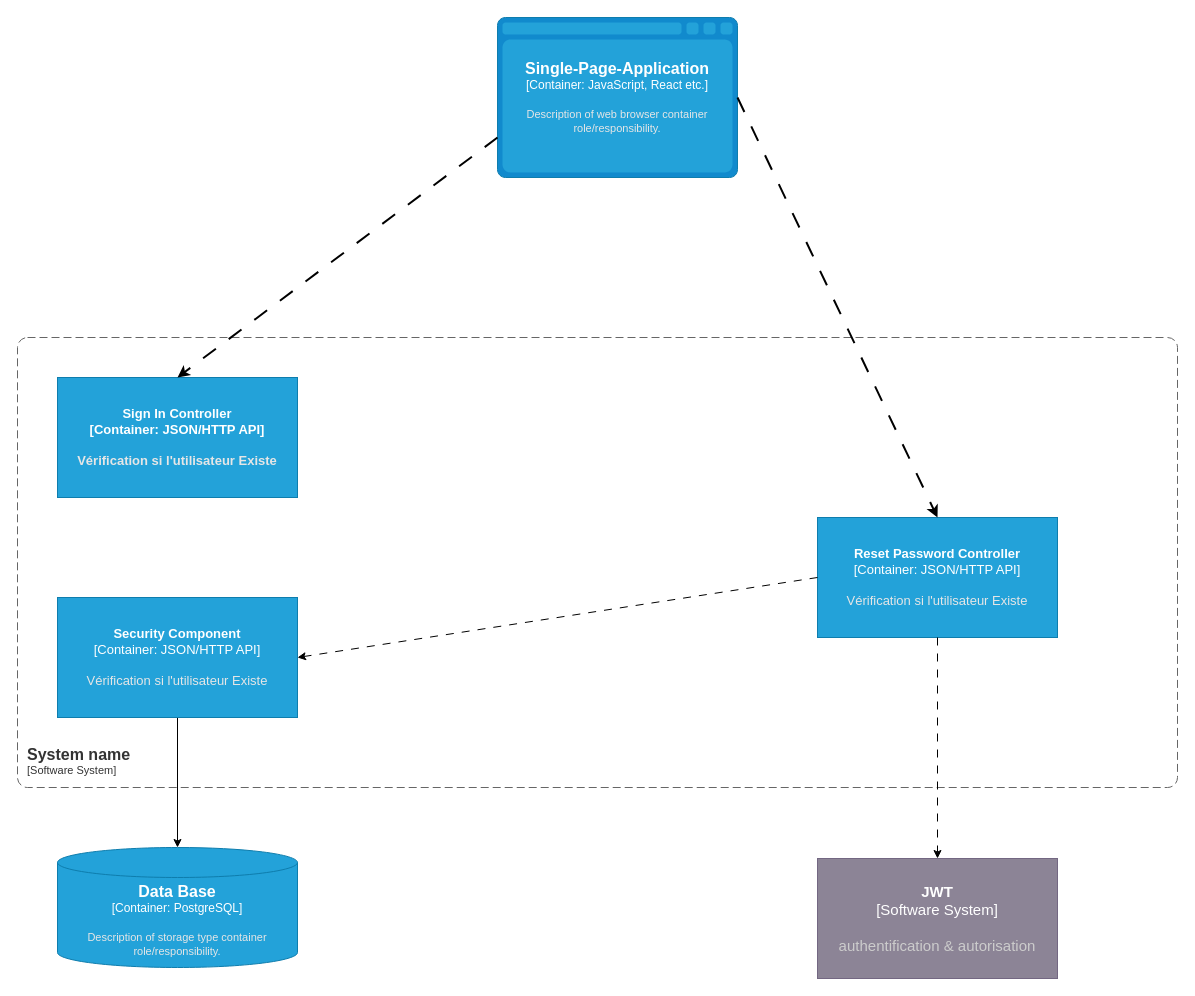
Earlier version of the draw.io diagram page "composant" (3 of 4) of Diagramme sans nom.drawio (SALVA243/AP-TWITTER). Source tidied: cells renumbered, new cells numbered last; positions are measured from the earlier drawing's top-left corner, leaving out a move shared by most shapes. Both pictures are drawn from the tidied source at 100%, with x=0, y=0 at pixel (17, 17).
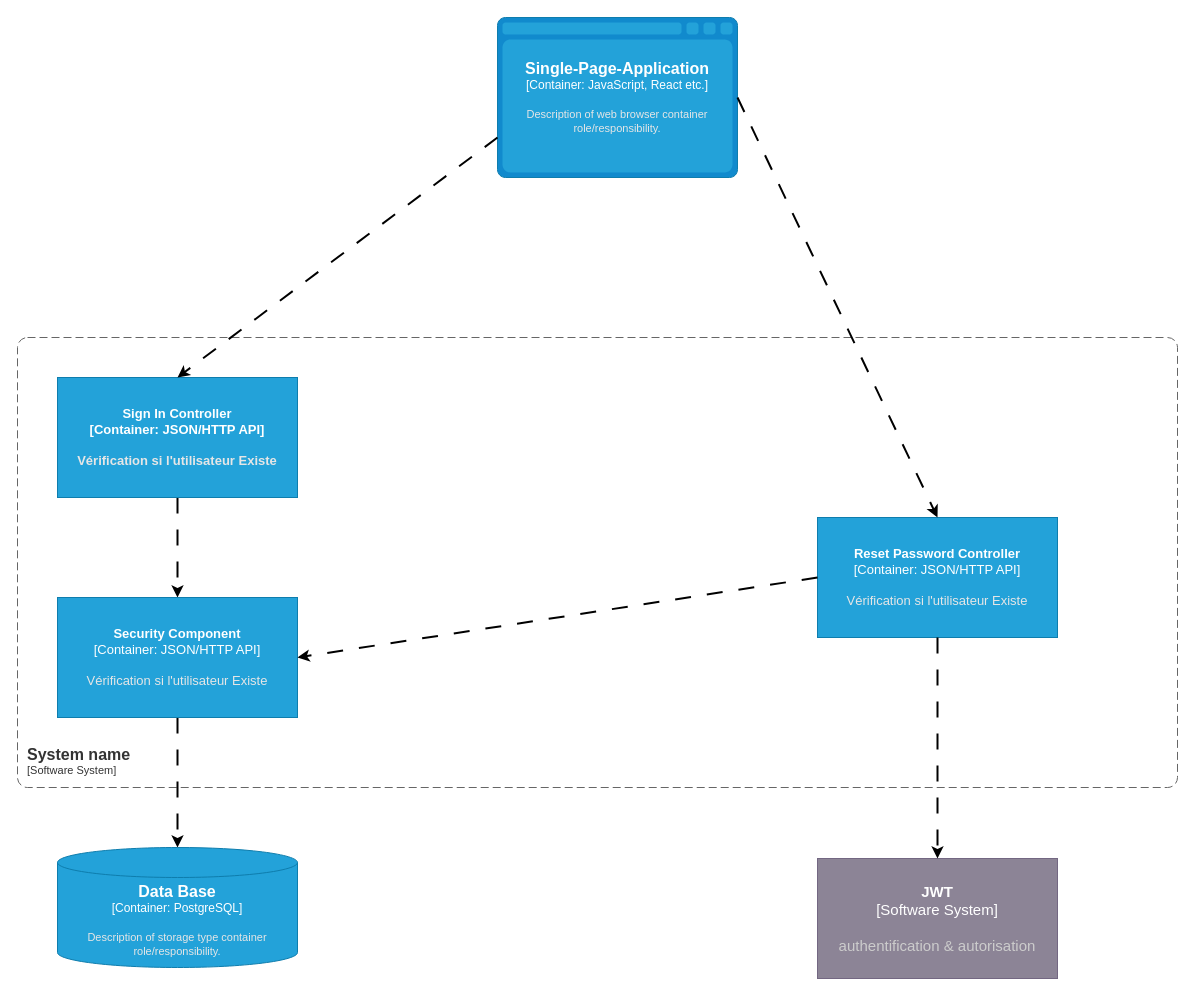
The same page after the edit.

Diff of the diagram source:
```diff
@@
 <mxGraphModel>
   <root>
     <mxCell id="0" />
     <mxCell id="1" parent="0" />
     <object id="2" label="&lt;font style=&quot;font-size: 15px;&quot;&gt;&lt;b style=&quot;font-size: 15px;&quot;&gt;%c4Name%&lt;/b&gt;&lt;/font&gt;&lt;div style=&quot;font-size: 15px;&quot;&gt;[%c4Type%]&lt;/div&gt;&lt;br style=&quot;font-size: 15px;&quot;&gt;&lt;div style=&quot;font-size: 15px;&quot;&gt;&lt;font style=&quot;font-size: 15px;&quot;&gt;&lt;font color=&quot;#cccccc&quot; style=&quot;font-size: 15px;&quot;&gt;%c4Description%&lt;/font&gt;&lt;/font&gt;&lt;/div&gt;" c4Description="authentification &amp; autorisation" c4Name="JWT" c4Type="Software System" placeholders="1">
       <mxCell style="rounded=1;whiteSpace=wrap;html=1;labelBackgroundColor=none;fillColor=#8C8496;fontColor=#ffffff;align=center;arcSize=0;strokeColor=#736782;points=[[0.25,0,0],[0.5,0,0],[0.75,0,0],[1,0.25,0],[1,0.5,0],[1,0.75,0],[0.75,1,0],[0.5,1,0],[0.25,1,0],[0,0.75,0],[0,0.5,0],[0,0.25,0]];fontSize=15;" parent="1" vertex="1">
         <mxGeometry x="800" y="841" width="240" height="120" as="geometry" />
       </mxCell>
     </object>
     <object id="3" label="&lt;font style=&quot;font-size: 16px&quot;&gt;&lt;b&gt;&lt;div style=&quot;text-align: left&quot;&gt;%c4Name%&lt;/div&gt;&lt;/b&gt;&lt;/font&gt;&lt;div style=&quot;text-align: left&quot;&gt;[%c4Application%]&lt;/div&gt;" c4Application="Software System" c4Name="System name" placeholders="1">
       <mxCell style="rounded=1;fontSize=11;whiteSpace=wrap;html=1;dashed=1;arcSize=20;fillColor=none;strokeColor=#666666;fontColor=#333333;labelBackgroundColor=none;align=left;verticalAlign=bottom;labelBorderColor=none;spacingTop=0;spacing=10;dashPattern=8 4;perimeter=rectanglePerimeter;noLabel=0;labelPadding=0;absoluteArcSize=1;" parent="1" vertex="1">
         <mxGeometry y="320" width="1160" height="450" as="geometry" />
       </mxCell>
     </object>
+    <mxCell id="14" style="edgeStyle=orthogonalEdgeStyle;rounded=0;jettySize=auto;html=1;exitX=0.5;exitY=1;exitDx=0;exitDy=0;exitPerimeter=0;dashed=1;dashPattern=8 8;strokeWidth=2;" parent="1" edge="1" source="4" target="9">
+      <mxGeometry relative="1" as="geometry" />
+    </mxCell>
     <object id="4" label="&lt;font style=&quot;font-size: 13px;&quot;&gt;&lt;span style=&quot;font-size: 13px;&quot;&gt;%c4Name%&lt;/span&gt;&lt;/font&gt;&lt;div style=&quot;font-size: 13px;&quot;&gt;[%c4Type%: %c4Technology%]&lt;/div&gt;&lt;br style=&quot;font-size: 13px;&quot;&gt;&lt;div style=&quot;font-size: 13px;&quot;&gt;&lt;font style=&quot;font-size: 13px;&quot;&gt;&lt;font color=&quot;#E6E6E6&quot; style=&quot;font-size: 13px;&quot;&gt;%c4Description%&lt;/font&gt;&lt;/font&gt;&lt;/div&gt;" c4Description="Vérification si l'utilisateur Existe" c4Name="Sign In Controller" c4Technology="JSON/HTTP API" c4Type="Container" placeholders="1">
       <mxCell style="rounded=1;whiteSpace=wrap;html=1;fontSize=13;labelBackgroundColor=none;fillColor=#23A2D9;fontColor=#ffffff;align=center;arcSize=0;strokeColor=#0E7DAD;points=[[0.25,0,0],[0.5,0,0],[0.75,0,0],[1,0.25,0],[1,0.5,0],[1,0.75,0],[0.75,1,0],[0.5,1,0],[0.25,1,0],[0,0.75,0],[0,0.5,0],[0,0.25,0]];fontStyle=1;" parent="1" vertex="1">
         <mxGeometry x="40" y="360" width="240" height="120" as="geometry" />
       </mxCell>
     </object>
     <object id="5" label="&lt;font style=&quot;font-size: 16px&quot;&gt;&lt;b&gt;%c4Type%&lt;/b&gt;&lt;/font&gt;&lt;div&gt;[%c4Container%:&amp;nbsp;%c4Technology%]&lt;/div&gt;&lt;br&gt;&lt;div&gt;&lt;font style=&quot;font-size: 11px&quot;&gt;&lt;font color=&quot;#E6E6E6&quot;&gt;%c4Description%&lt;/font&gt;&lt;/div&gt;" c4Container="Container" c4Description="Description of web browser container role/responsibility." c4Technology="JavaScript, React etc." c4Type="Single-Page-Application" placeholders="1">
       <mxCell style="shape=mxgraph.c4.webBrowserContainer2;whiteSpace=wrap;html=1;boundedLbl=1;rounded=0;labelBackgroundColor=none;strokeColor=#118ACD;fillColor=#23A2D9;strokeColor=#118ACD;strokeColor2=#0E7DAD;fontSize=12;fontColor=#ffffff;align=center;points=[[0.5,0,0],[1,0.25,0],[1,0.5,0],[1,0.75,0],[0.5,1,0],[0,0.75,0],[0,0.5,0],[0,0.25,0]];" parent="1" vertex="1">
         <mxGeometry x="480" width="240" height="160" as="geometry" />
       </mxCell>
     </object>
     <object id="6" label="&lt;font style=&quot;font-size: 16px&quot;&gt;&lt;b&gt;%c4Type%&lt;/b&gt;&lt;/font&gt;&lt;div&gt;[%c4Container%:&amp;nbsp;%c4Technology%]&lt;/div&gt;&lt;br&gt;&lt;div&gt;&lt;font style=&quot;font-size: 11px&quot;&gt;&lt;font color=&quot;#E6E6E6&quot;&gt;%c4Description%&lt;/font&gt;&lt;/div&gt;" c4Container="Container" c4Description="Description of storage type container role/responsibility." c4Technology="PostgreSQL" c4Type="Data Base" placeholders="1">
       <mxCell style="shape=cylinder3;size=15;whiteSpace=wrap;html=1;boundedLbl=1;rounded=0;labelBackgroundColor=none;fillColor=#23A2D9;fontSize=12;fontColor=#ffffff;align=center;strokeColor=#0E7DAD;points=[[0.5,0,0],[1,0.25,0],[1,0.5,0],[1,0.75,0],[0.5,1,0],[0,0.75,0],[0,0.5,0],[0,0.25,0]];" parent="1" vertex="1">
         <mxGeometry x="40" y="830" width="240" height="120" as="geometry" />
       </mxCell>
     </object>
     <object id="7" label="&lt;font style=&quot;font-size: 13px;&quot;&gt;&lt;b style=&quot;font-size: 13px;&quot;&gt;%c4Name%&lt;/b&gt;&lt;/font&gt;&lt;div style=&quot;font-size: 13px;&quot;&gt;[%c4Type%: %c4Technology%]&lt;/div&gt;&lt;br style=&quot;font-size: 13px;&quot;&gt;&lt;div style=&quot;font-size: 13px;&quot;&gt;&lt;font style=&quot;font-size: 13px;&quot;&gt;&lt;font color=&quot;#E6E6E6&quot; style=&quot;font-size: 13px;&quot;&gt;%c4Description%&lt;/font&gt;&lt;/font&gt;&lt;/div&gt;" c4Description="Vérification si l'utilisateur Existe" c4Name="Reset Password Controller" c4Technology="JSON/HTTP API" c4Type="Container" placeholders="1">
       <mxCell style="rounded=1;whiteSpace=wrap;html=1;fontSize=13;labelBackgroundColor=none;fillColor=#23A2D9;fontColor=#ffffff;align=center;arcSize=0;strokeColor=#0E7DAD;points=[[0.25,0,0],[0.5,0,0],[0.75,0,0],[1,0.25,0],[1,0.5,0],[1,0.75,0],[0.75,1,0],[0.5,1,0],[0.25,1,0],[0,0.75,0],[0,0.5,0],[0,0.25,0]];" parent="1" vertex="1">
         <mxGeometry x="800" y="500" width="240" height="120" as="geometry" />
       </mxCell>
     </object>
-    <mxCell id="8" style="edgeStyle=orthogonalEdgeStyle;rounded=0;jettySize=auto;html=1;exitX=0.5;exitY=1;exitDx=0;exitDy=0;exitPerimeter=0;entryX=0.5;entryY=0;entryDx=0;entryDy=0;entryPerimeter=0;" parent="1" edge="1" source="9" target="6">
+    <mxCell id="8" style="edgeStyle=orthogonalEdgeStyle;rounded=0;jettySize=auto;html=1;exitX=0.5;exitY=1;exitDx=0;exitDy=0;exitPerimeter=0;entryX=0.5;entryY=0;entryDx=0;entryDy=0;entryPerimeter=0;dashed=1;dashPattern=8 8;strokeWidth=2;" parent="1" edge="1" source="9" target="6">
       <mxGeometry relative="1" as="geometry" />
     </mxCell>
     <object id="9" label="&lt;font style=&quot;font-size: 13px;&quot;&gt;&lt;b style=&quot;font-size: 13px;&quot;&gt;%c4Name%&lt;/b&gt;&lt;/font&gt;&lt;div style=&quot;font-size: 13px;&quot;&gt;[%c4Type%: %c4Technology%]&lt;/div&gt;&lt;br style=&quot;font-size: 13px;&quot;&gt;&lt;div style=&quot;font-size: 13px;&quot;&gt;&lt;font style=&quot;font-size: 13px;&quot;&gt;&lt;font color=&quot;#E6E6E6&quot; style=&quot;font-size: 13px;&quot;&gt;%c4Description%&lt;/font&gt;&lt;/font&gt;&lt;/div&gt;" c4Description="Vérification si l'utilisateur Existe" c4Name="Security Component" c4Technology="JSON/HTTP API" c4Type="Container" placeholders="1">
       <mxCell style="rounded=1;whiteSpace=wrap;html=1;fontSize=13;labelBackgroundColor=none;fillColor=#23A2D9;fontColor=#ffffff;align=center;arcSize=0;strokeColor=#0E7DAD;points=[[0.25,0,0],[0.5,0,0],[0.75,0,0],[1,0.25,0],[1,0.5,0],[1,0.75,0],[0.75,1,0],[0.5,1,0],[0.25,1,0],[0,0.75,0],[0,0.5,0],[0,0.25,0]];" parent="1" vertex="1">
         <mxGeometry x="40" y="580" width="240" height="120" as="geometry" />
       </mxCell>
     </object>
     <mxCell id="10" style="endArrow=classic;html=1;rounded=0;entryX=0.5;entryY=0;entryDx=0;entryDy=0;entryPerimeter=0;exitX=1;exitY=0.5;exitDx=0;exitDy=0;exitPerimeter=0;endFill=1;strokeWidth=2;dashed=1;dashPattern=8 8;" parent="1" edge="1" source="5" target="7">
       <mxGeometry relative="1" as="geometry" />
     </mxCell>
     <mxCell id="11" style="endArrow=classic;html=1;rounded=0;exitX=0;exitY=0.75;exitDx=0;exitDy=0;exitPerimeter=0;entryX=0.5;entryY=0;entryDx=0;entryDy=0;entryPerimeter=0;dashed=1;dashPattern=8 8;strokeWidth=2;" parent="1" edge="1" source="5" target="4">
       <mxGeometry relative="1" as="geometry" />
     </mxCell>
-    <mxCell id="12" style="endArrow=classic;html=1;rounded=0;entryX=0.5;entryY=0;entryDx=0;entryDy=0;entryPerimeter=0;exitX=0.5;exitY=1;exitDx=0;exitDy=0;exitPerimeter=0;dashed=1;dashPattern=8 8;" parent="1" edge="1" source="7" target="2">
+    <mxCell id="12" style="endArrow=classic;html=1;rounded=0;entryX=0.5;entryY=0;entryDx=0;entryDy=0;entryPerimeter=0;exitX=0.5;exitY=1;exitDx=0;exitDy=0;exitPerimeter=0;dashed=1;dashPattern=8 8;strokeWidth=2;" parent="1" edge="1" source="7" target="2">
       <mxGeometry relative="1" as="geometry" />
     </mxCell>
-    <mxCell id="13" style="endArrow=classic;html=1;rounded=0;exitX=0;exitY=0.5;exitDx=0;exitDy=0;exitPerimeter=0;entryX=1;entryY=0.5;entryDx=0;entryDy=0;entryPerimeter=0;dashed=1;dashPattern=8 8;" parent="1" edge="1" source="7" target="9">
+    <mxCell id="13" style="endArrow=classic;html=1;rounded=0;exitX=0;exitY=0.5;exitDx=0;exitDy=0;exitPerimeter=0;entryX=1;entryY=0.5;entryDx=0;entryDy=0;entryPerimeter=0;dashed=1;dashPattern=8 8;strokeWidth=2;" parent="1" edge="1" source="7" target="9">
       <mxGeometry relative="1" as="geometry" />
     </mxCell>
   </root>
 </mxGraphModel>
```
